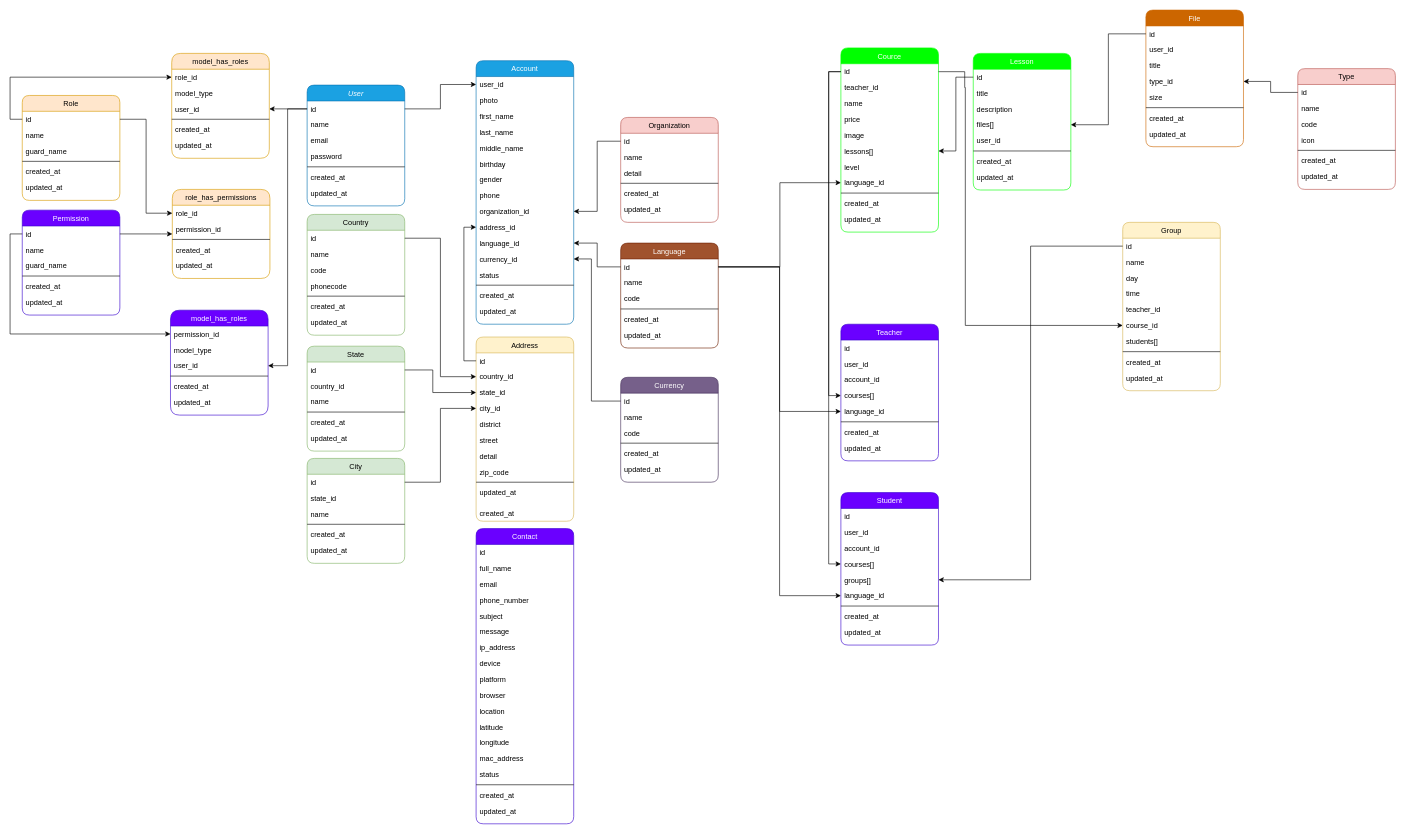
Above: public/Untitled Diagram.drawio in urinboy/EduCRM (draw.io), before the change. Source tidied: cells renumbered, new cells numbered last; positions are measured from the earlier drawing's top-left corner, leaving out a move shared by most shapes. Both pictures are drawn from the tidied source at 61%, with x=0, y=0 at pixel (22, 10).
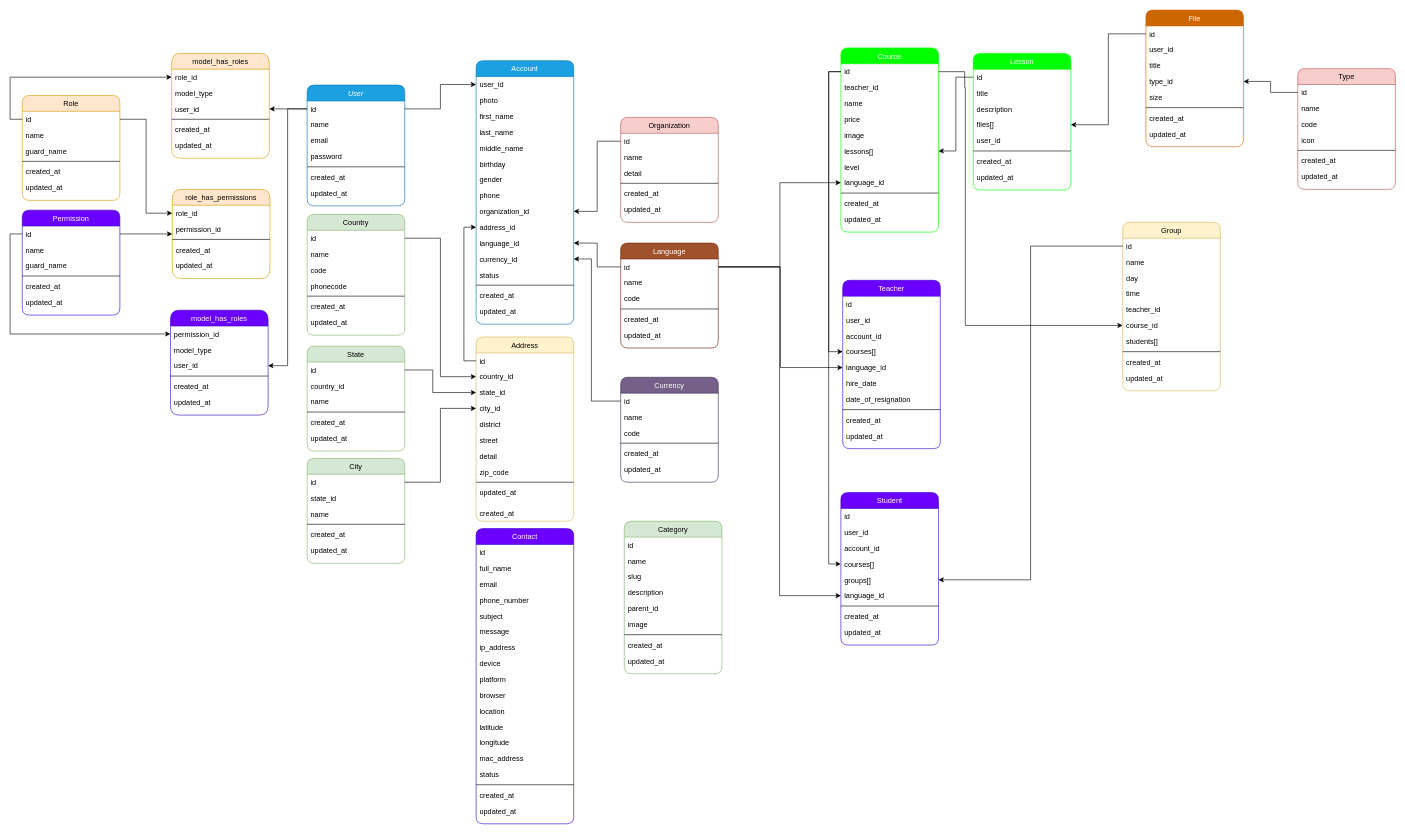
The same diagram, later.

Change to the diagram source:
```diff
@@
     <mxCell id="151" value="Teacher" style="swimlane;fontStyle=0;align=center;verticalAlign=top;horizontal=1;startSize=26;rounded=1;shadow=0;strokeWidth=1;fillColor=#6a00ff;strokeColor=#3700CC;fontColor=#ffffff;" parent="1" vertex="1">
-      <mxGeometry x="1342" y="515" width="160" height="224" as="geometry" />
+      <mxGeometry x="1345" y="443" width="160" height="276" as="geometry" />
     </mxCell>
@@
+    <mxCell id="228" value="hire_date" style="text;align=left;verticalAlign=top;spacingLeft=4;spacingRight=4;overflow=hidden;" parent="151" vertex="1">
+      <mxGeometry y="156" width="160" height="26" as="geometry" />
+    </mxCell>
+    <mxCell id="229" value="date_of_resignation" style="text;align=left;verticalAlign=top;spacingLeft=4;spacingRight=4;overflow=hidden;" parent="151" vertex="1">
+      <mxGeometry y="182" width="160" height="26" as="geometry" />
+    </mxCell>
     <mxCell id="157" style="line;html=1;strokeWidth=1;align=left;verticalAlign=middle;spacingTop=-1;spacingLeft=3;spacingRight=3;labelPosition=right;" parent="151" vertex="1">
-      <mxGeometry y="156" width="160" height="8" as="geometry" />
+      <mxGeometry y="208" width="160" height="8" as="geometry" />
     </mxCell>
     <mxCell id="158" value="created_at" style="text;align=left;verticalAlign=top;spacingLeft=4;spacingRight=4;overflow=hidden;" parent="151" vertex="1">
-      <mxGeometry y="164" width="160" height="26" as="geometry" />
+      <mxGeometry y="216" width="160" height="26" as="geometry" />
     </mxCell>
     <mxCell id="159" value="updated_at" style="text;align=left;verticalAlign=top;spacingLeft=4;spacingRight=4;overflow=hidden;" parent="151" vertex="1">
-      <mxGeometry y="190" width="160" height="34" as="geometry" />
+      <mxGeometry y="242" width="160" height="34" as="geometry" />
     </mxCell>
@@
+    <mxCell id="230" value="Category" style="swimlane;fontStyle=0;align=center;verticalAlign=top;horizontal=1;startSize=26;rounded=1;shadow=0;strokeWidth=1;fillColor=#d5e8d4;strokeColor=#82b366;" parent="1" vertex="1">
+      <mxGeometry x="987" y="838" width="160" height="250" as="geometry" />
+    </mxCell>
+    <mxCell id="231" value="id" style="text;align=left;verticalAlign=top;spacingLeft=4;spacingRight=4;overflow=hidden;" parent="230" vertex="1">
+      <mxGeometry y="26" width="160" height="26" as="geometry" />
+    </mxCell>
+    <mxCell id="232" value="name" style="text;align=left;verticalAlign=top;spacingLeft=4;spacingRight=4;overflow=hidden;" parent="230" vertex="1">
+      <mxGeometry y="52" width="160" height="26" as="geometry" />
+    </mxCell>
+    <mxCell id="233" value="slug" style="text;align=left;verticalAlign=top;spacingLeft=4;spacingRight=4;overflow=hidden;" parent="230" vertex="1">
+      <mxGeometry y="78" width="160" height="26" as="geometry" />
+    </mxCell>
+    <mxCell id="234" value="description" style="text;align=left;verticalAlign=top;spacingLeft=4;spacingRight=4;overflow=hidden;" parent="230" vertex="1">
+      <mxGeometry y="104" width="160" height="26" as="geometry" />
+    </mxCell>
+    <mxCell id="235" value="parent_id" style="text;align=left;verticalAlign=top;spacingLeft=4;spacingRight=4;overflow=hidden;" parent="230" vertex="1">
+      <mxGeometry y="130" width="160" height="26" as="geometry" />
+    </mxCell>
+    <mxCell id="236" value="image" style="text;align=left;verticalAlign=top;spacingLeft=4;spacingRight=4;overflow=hidden;" parent="230" vertex="1">
+      <mxGeometry y="156" width="160" height="26" as="geometry" />
+    </mxCell>
+    <mxCell id="237" style="line;html=1;strokeWidth=1;align=left;verticalAlign=middle;spacingTop=-1;spacingLeft=3;spacingRight=3;labelPosition=right;" parent="230" vertex="1">
+      <mxGeometry y="182" width="160" height="8" as="geometry" />
+    </mxCell>
+    <mxCell id="238" value="created_at" style="text;align=left;verticalAlign=top;spacingLeft=4;spacingRight=4;overflow=hidden;" parent="230" vertex="1">
+      <mxGeometry y="190" width="160" height="26" as="geometry" />
+    </mxCell>
+    <mxCell id="239" value="updated_at" style="text;align=left;verticalAlign=top;spacingLeft=4;spacingRight=4;overflow=hidden;" parent="230" vertex="1">
+      <mxGeometry y="216" width="160" height="34" as="geometry" />
+    </mxCell>
```
